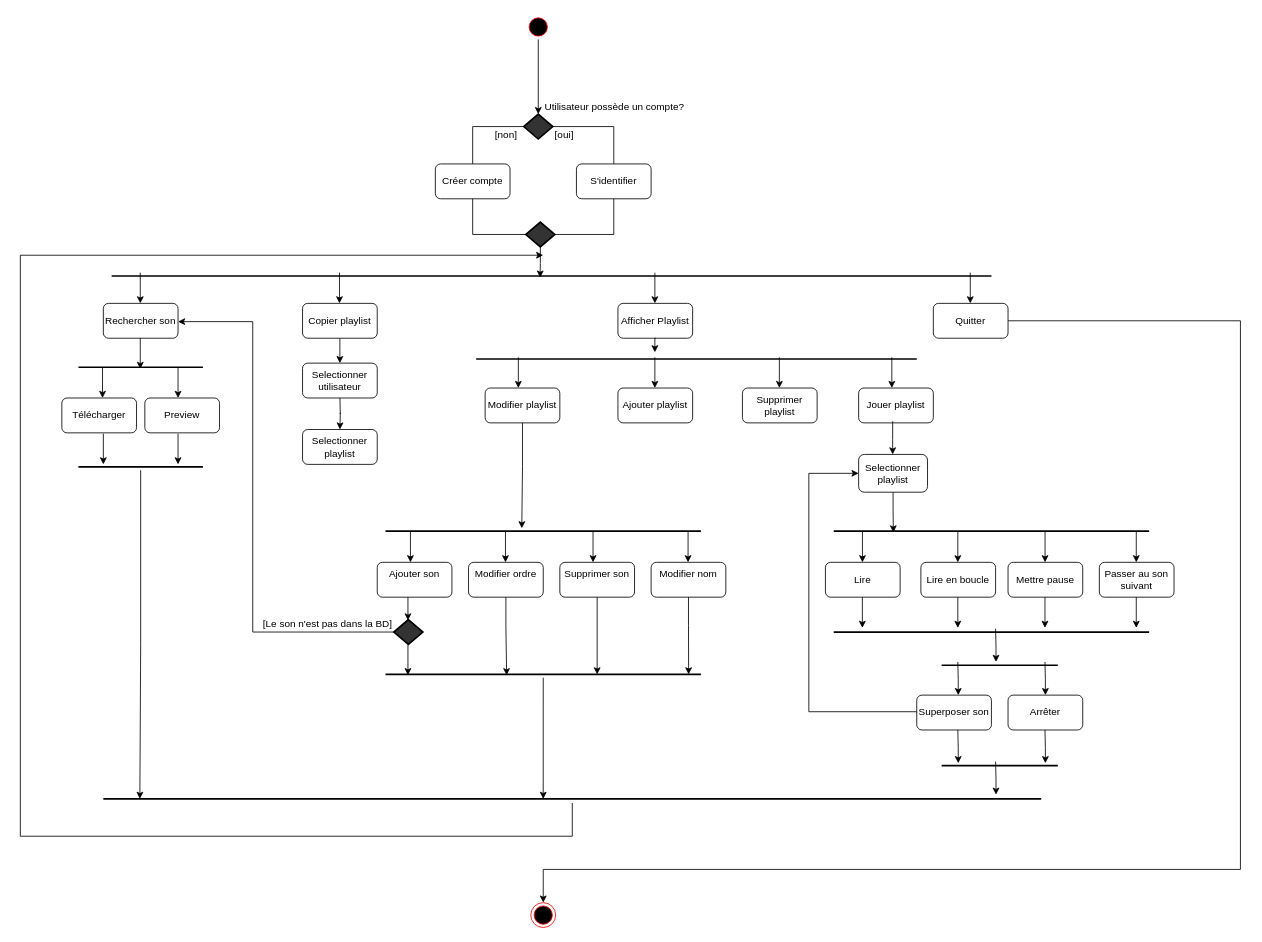
Earlier version of the draw.io diagram doc/propre/diag_activite_rendu_final.drawio (PepitoTSO/Projet-INFO-ENSAI-2A-Gr14). Source tidied: cells renumbered, new cells numbered last; positions are measured from the earlier drawing's top-left corner, leaving out a move shared by most shapes. Both pictures are drawn from the tidied source at 83%, with x=0, y=0 at pixel (20, 14).
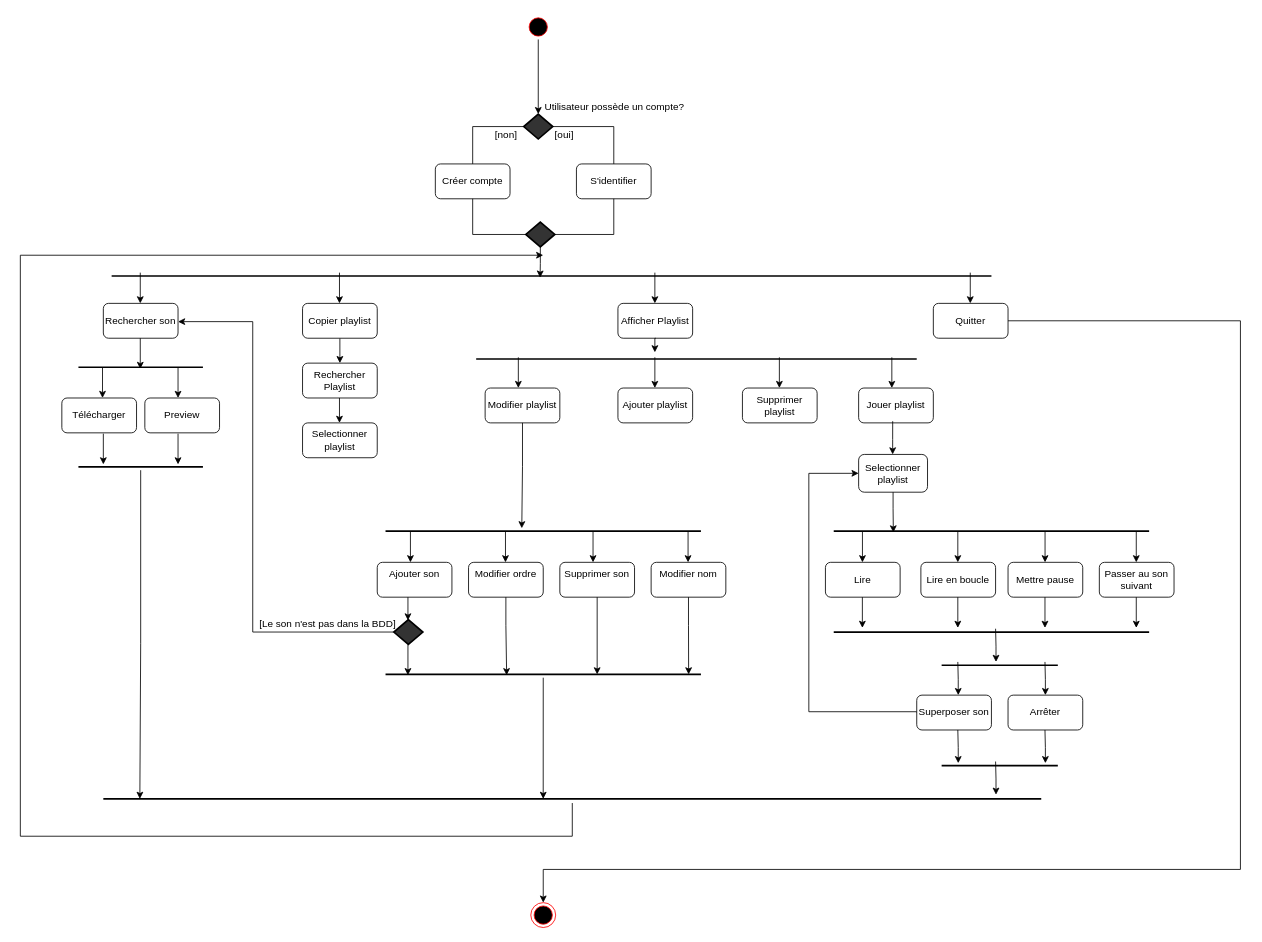
The same diagram, later.

What changed in the source:
```diff
@@
-    <mxCell id="9" style="edgeStyle=orthogonalEdgeStyle;rounded=0;orthogonalLoop=1;jettySize=auto;html=1;entryX=0.5;entryY=0;entryDx=0;entryDy=0;" parent="1" edge="1">
-      <mxGeometry relative="1" as="geometry">
-        <mxPoint x="385" y="460" as="sourcePoint" />
-        <mxPoint x="385" y="500" as="targetPoint" />
-      </mxGeometry>
-    </mxCell>
@@
-    <mxCell id="13" value="[Le son n'est pas dans la BD]" style="text;html=1;align=center;verticalAlign=middle;strokeColor=none;fillColor=none;" parent="1" vertex="1">
-      <mxGeometry x="280" y="719" width="180" height="30" as="geometry" />
+    <mxCell id="13" value="[Le son n'est pas dans la BDD]" style="text;html=1;align=center;verticalAlign=middle;strokeColor=none;fillColor=none;" parent="1" vertex="1">
+      <mxGeometry x="275" y="719" width="190" height="30" as="geometry" />
     </mxCell>
@@
-    <mxCell id="31" value="Selectionner playlist" style="rounded=1;whiteSpace=wrap;html=1;" parent="1" vertex="1">
-      <mxGeometry x="340" y="500" width="90" height="42" as="geometry" />
+    <mxCell id="31" value="Rechercher Playlist" style="rounded=1;whiteSpace=wrap;html=1;" parent="1" vertex="1">
+      <mxGeometry x="340" y="420" width="90" height="42" as="geometry" />
     </mxCell>
-    <mxCell id="32" value="Selectionner utilisateur" style="rounded=1;whiteSpace=wrap;html=1;" parent="1" vertex="1">
-      <mxGeometry x="340" y="420" width="90" height="42" as="geometry" />
-    </mxCell>
@@
+    <mxCell id="101" value="Selectionner playlist" style="rounded=1;whiteSpace=wrap;html=1;" parent="1" vertex="1">
+      <mxGeometry x="340" y="492" width="90" height="42" as="geometry" />
+    </mxCell>
+    <mxCell id="102" style="edgeStyle=orthogonalEdgeStyle;rounded=0;orthogonalLoop=1;jettySize=auto;html=1;entryX=0.5;entryY=0;entryDx=0;entryDy=0;" parent="1" edge="1">
+      <mxGeometry relative="1" as="geometry">
+        <mxPoint x="384.5" y="462" as="sourcePoint" />
+        <mxPoint x="384.5" y="492" as="targetPoint" />
+      </mxGeometry>
+    </mxCell>
```
